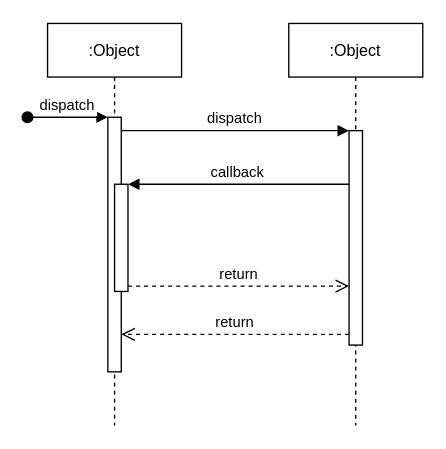
Earlier version of the draw.io diagram Untitled Diagram.drawio (lixiandea/picBed). Source tidied: cells renumbered, new cells numbered last; positions are measured from the earlier drawing's top-left corner, leaving out a move shared by most shapes. Both pictures are drawn from the tidied source at 134%, with x=0, y=0 at pixel (27, 23).
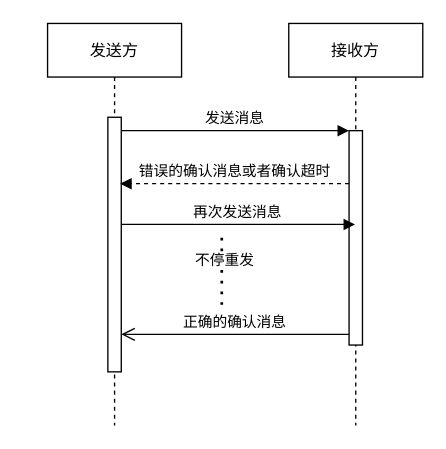
The same diagram, later.

Change to the diagram source:
```diff
@@
 <mxGraphModel>
   <root>
     <mxCell id="0" />
     <mxCell id="1" parent="0" />
-    <mxCell id="2" value=":Object" style="shape=umlLifeline;perimeter=lifelinePerimeter;rounded=0;shadow=0;strokeWidth=1;" parent="1" vertex="1">
+    <mxCell id="2" value="发送方" style="shape=umlLifeline;perimeter=lifelinePerimeter;rounded=0;shadow=0;strokeWidth=1;" parent="1" vertex="1">
       <mxGeometry x="15" width="100" height="300" as="geometry" />
     </mxCell>
     <mxCell id="3" style="points=[];perimeter=orthogonalPerimeter;rounded=0;shadow=0;strokeWidth=1;" parent="2" vertex="1">
       <mxGeometry x="45" y="70" width="10" height="190" as="geometry" />
     </mxCell>
-    <mxCell id="4" value="dispatch" style="verticalAlign=bottom;startArrow=oval;endArrow=block;startSize=8;shadow=0;strokeWidth=1;" parent="2" edge="1" target="3">
-      <mxGeometry relative="1" as="geometry">
-        <mxPoint x="-15" y="70" as="sourcePoint" />
-      </mxGeometry>
-    </mxCell>
-    <mxCell id="5" style="points=[];perimeter=orthogonalPerimeter;rounded=0;shadow=0;strokeWidth=1;" parent="2" vertex="1">
-      <mxGeometry x="50" y="120" width="10" height="80" as="geometry" />
-    </mxCell>
-    <mxCell id="6" value=":Object" style="shape=umlLifeline;perimeter=lifelinePerimeter;rounded=0;shadow=0;strokeWidth=1;" parent="1" vertex="1">
+    <mxCell id="6" value="接收方" style="shape=umlLifeline;perimeter=lifelinePerimeter;rounded=0;shadow=0;strokeWidth=1;" parent="1" vertex="1">
       <mxGeometry x="195" width="100" height="300" as="geometry" />
     </mxCell>
     <mxCell id="7" style="points=[];perimeter=orthogonalPerimeter;rounded=0;shadow=0;strokeWidth=1;" parent="6" vertex="1">
       <mxGeometry x="45" y="80" width="10" height="160" as="geometry" />
     </mxCell>
-    <mxCell id="8" value="return" style="verticalAlign=bottom;endArrow=open;dashed=1;endSize=8;exitX=0;exitY=0.95;shadow=0;strokeWidth=1;" parent="1" edge="1" source="7" target="3">
+    <mxCell id="8" value="正确的确认消息" style="verticalAlign=bottom;endArrow=open;endSize=8;exitX=0;exitY=0.95;shadow=0;strokeWidth=1;" parent="1" edge="1" source="7" target="3">
       <mxGeometry relative="1" as="geometry" />
     </mxCell>
-    <mxCell id="9" value="dispatch" style="verticalAlign=bottom;endArrow=block;entryX=0;entryY=0;shadow=0;strokeWidth=1;" parent="1" edge="1" source="3" target="7">
+    <mxCell id="9" value="发送消息" style="verticalAlign=bottom;endArrow=block;entryX=0;entryY=0;shadow=0;strokeWidth=1;" parent="1" edge="1" source="3" target="7">
       <mxGeometry relative="1" as="geometry" />
     </mxCell>
-    <mxCell id="10" value="callback" style="verticalAlign=bottom;endArrow=block;entryX=1;entryY=0;shadow=0;strokeWidth=1;" parent="1" edge="1" source="7" target="5">
+    <mxCell id="10" value="错误的确认消息或者确认超时" style="verticalAlign=bottom;endArrow=block;entryX=0.919;entryY=0.261;shadow=0;strokeWidth=1;dashed=1;entryDx=0;entryDy=0;entryPerimeter=0;" parent="1" edge="1" source="7" target="3">
       <mxGeometry relative="1" as="geometry" />
     </mxCell>
-    <mxCell id="11" value="return" style="verticalAlign=bottom;endArrow=open;dashed=1;endSize=8;exitX=1;exitY=0.95;shadow=0;strokeWidth=1;" parent="1" edge="1" source="5" target="7">
-      <mxGeometry relative="1" as="geometry" />
-    </mxCell>
+    <mxCell id="12" value="再次发送消息" style="verticalAlign=bottom;endArrow=block;shadow=0;strokeWidth=1;" parent="1" edge="1" source="3" target="6">
+      <mxGeometry relative="1" as="geometry">
+        <Array as="points">
+          <mxPoint x="125" y="150" />
+        </Array>
+      </mxGeometry>
+    </mxCell>
+    <mxCell id="13" style="endArrow=none;dashed=1;html=1;dashPattern=1 3;strokeWidth=2;rounded=0;" parent="1" edge="1">
+      <mxGeometry relative="1" as="geometry">
+        <mxPoint x="145" y="210" as="sourcePoint" />
+        <mxPoint x="145" y="160" as="targetPoint" />
+      </mxGeometry>
+    </mxCell>
+    <mxCell id="14" value="不停重发" style="edgeLabel;html=1;align=center;verticalAlign=middle;" parent="13" vertex="1">
+      <mxGeometry x="0.37" y="-1" relative="1" as="geometry" />
+    </mxCell>
   </root>
 </mxGraphModel>
```
